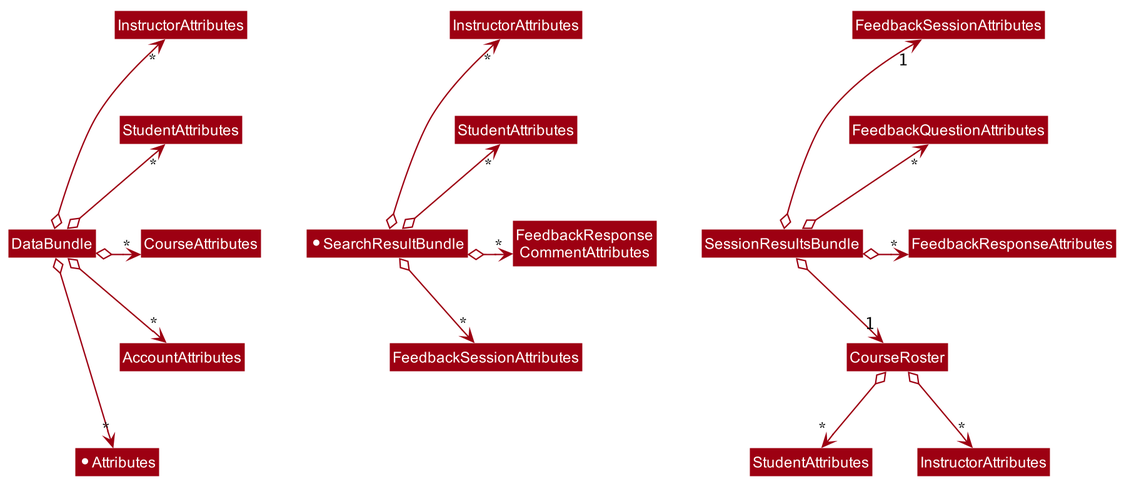
Before: docs/images/dataTransferClasses.png, a diagram exported from PlantUML (TEAMMATES/teammates).
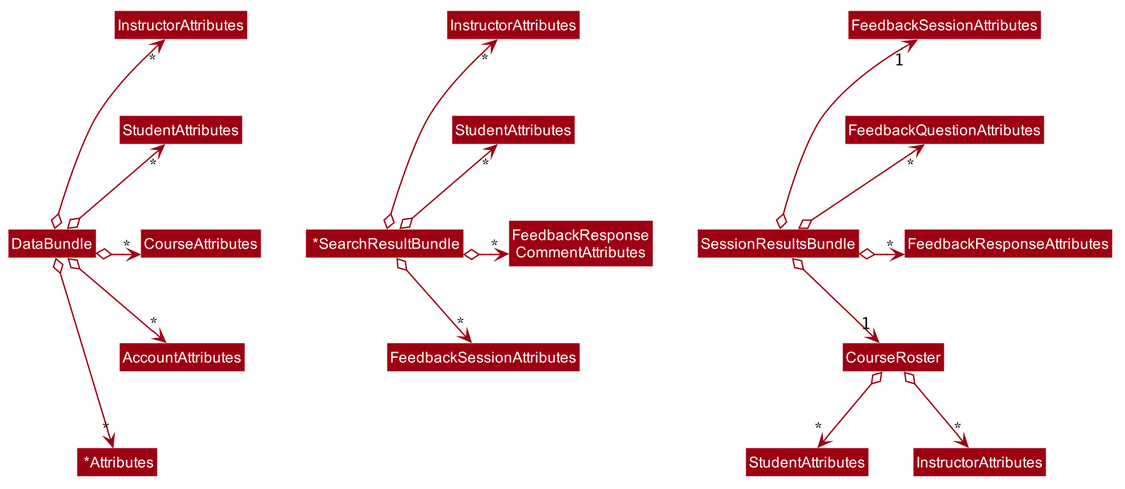
The same file after the commit.

Change to the diagram source:
```diff
@@ -56,9 +56,9 @@
 class "StudentAttributes" as SA1
 class CourseAttributes
 class AccountAttributes
-class "*Attributes" as Attributes
+class " *Attributes" as Attributes
 
-class "*SearchResultBundle" as SearchResultBundle
+class " *SearchResultBundle" as SearchResultBundle
 class "InstructorAttributes" as IA2
 class "StudentAttributes" as SA2
 class "FeedbackResponse\nCommentAttributes" as FeedbackResponseCommentAttributes
```
